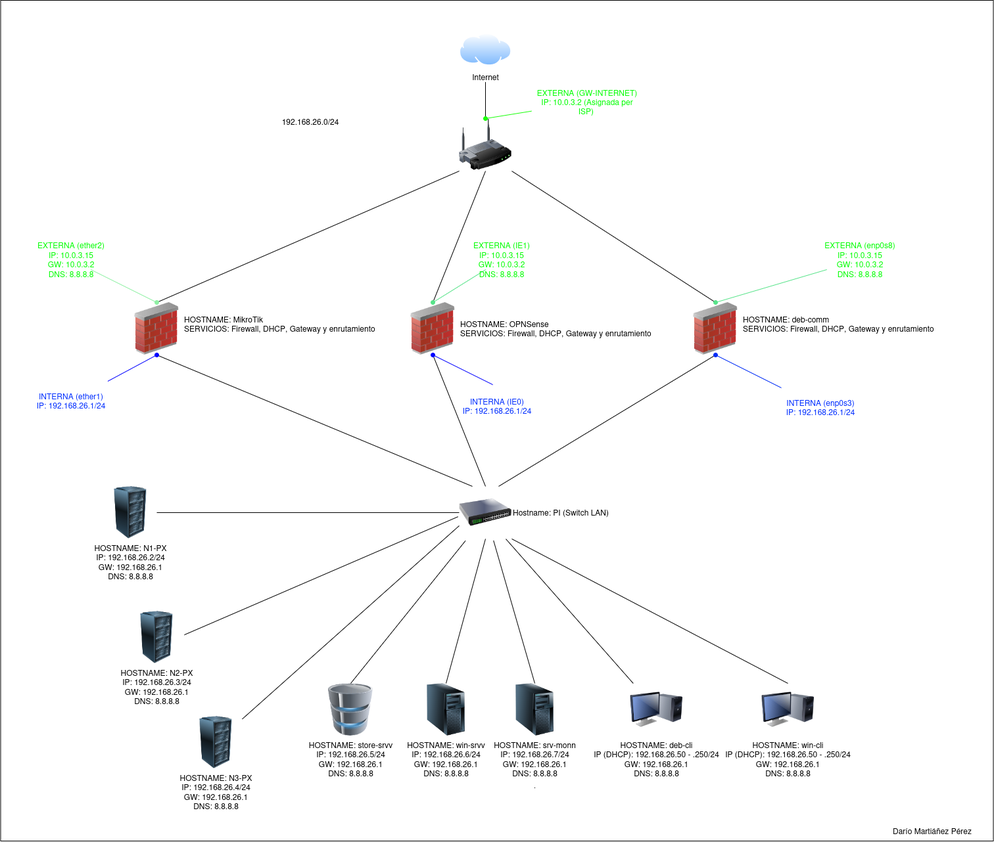
Before: evidencias/t4_diagrama.png, a diagram exported from draw.io (darmarper3/individual-pi-asix-batoi). Source tidied: cells renumbered, new cells last; positions are measured from the earlier drawing's top-left corner, leaving out a move shared by most shapes.
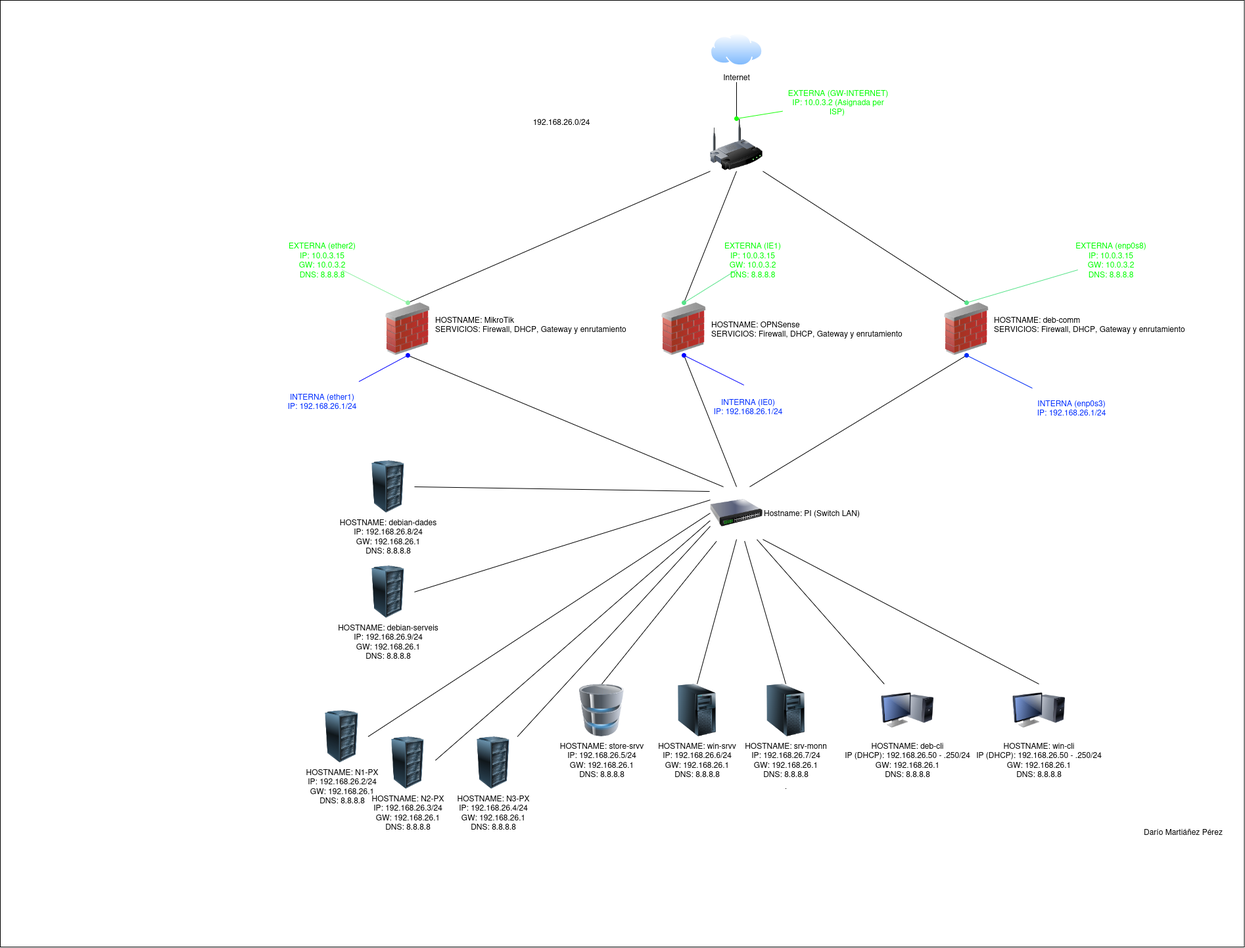
Above is the later version.

Change to the diagram source:
```diff
@@ -3,7 +3,7 @@
     <mxCell id="0" />
     <mxCell id="1" parent="0" />
     <mxCell id="2" style="rounded=0;whiteSpace=wrap;html=1;" parent="1" vertex="1">
-      <mxGeometry x="0.5" width="1510" height="1280" as="geometry" />
+      <mxGeometry x="-382" width="1892.5" height="1440" as="geometry" />
     </mxCell>
     <mxCell id="3" value="&lt;div&gt;HOSTNAME: win-cli&lt;/div&gt;&lt;div&gt;IP (DHCP): 192.168.26.50 - .250/24&lt;/div&gt;&lt;div&gt;GW:&amp;nbsp;192.168.26.1&lt;/div&gt;&lt;div&gt;DNS: 8.8.8.8&lt;/div&gt;" style="image;html=1;image=img/lib/clip_art/computers/Monitor_Tower_128x128.png;labelPerimeter=1;" parent="1" vertex="1">
       <mxGeometry x="1158" y="1040" width="80" height="80" as="geometry" />
@@ -18,7 +18,7 @@
       <mxGeometry x="1048" y="460" width="80" height="80" as="geometry" />
     </mxCell>
     <mxCell id="7" value="&lt;div&gt;&lt;div&gt;&lt;div&gt;&lt;div&gt;HOSTNAME: N1-PX&lt;/div&gt;&lt;div&gt;IP: 192.168.26.2/24&lt;/div&gt;&lt;div&gt;GW: 192.168.26.1&lt;/div&gt;&lt;div&gt;DNS: 8.8.8.8&lt;/div&gt;&lt;/div&gt;&lt;/div&gt;&lt;/div&gt;" style="image;html=1;image=img/lib/clip_art/computers/Server_Rack_128x128.png;labelPerimeter=1;" parent="1" vertex="1">
-      <mxGeometry x="158" y="740" width="80" height="80" as="geometry" />
+      <mxGeometry x="97.5" y="1080" width="80" height="80" as="geometry" />
     </mxCell>
     <mxCell id="8" style="edgeStyle=orthogonalEdgeStyle;rounded=0;jettySize=auto;html=1;defaultLabelBackgroundColor=gap;" parent="1" edge="1" source="9">
       <mxGeometry relative="1" as="geometry">
@@ -134,16 +134,30 @@
       <mxGeometry x="1348" y="1250" width="140" height="30" as="geometry" />
     </mxCell>
     <mxCell id="45" value="&lt;div&gt;&lt;div&gt;&lt;div&gt;&lt;div&gt;HOSTNAME: N2-PX&lt;/div&gt;&lt;div&gt;IP: 192.168.26.3/24&lt;/div&gt;&lt;div&gt;GW: 192.168.26.1&lt;/div&gt;&lt;div&gt;DNS: 8.8.8.8&lt;/div&gt;&lt;/div&gt;&lt;/div&gt;&lt;/div&gt;" style="image;html=1;image=img/lib/clip_art/computers/Server_Rack_128x128.png;labelPerimeter=1;" parent="1" vertex="1">
-      <mxGeometry x="198" y="930" width="80" height="80" as="geometry" />
+      <mxGeometry x="198" y="1120" width="80" height="80" as="geometry" />
     </mxCell>
     <mxCell id="46" style="rounded=0;jettySize=auto;html=1;entryX=0;entryY=0.75;entryDx=0;entryDy=0;defaultLabelBackgroundColor=page;endArrow=none;endFill=0;" parent="1" edge="1" source="47" target="14">
       <mxGeometry relative="1" as="geometry" />
     </mxCell>
     <mxCell id="47" value="&lt;div&gt;&lt;div&gt;&lt;div&gt;&lt;div&gt;HOSTNAME: N3-PX&lt;/div&gt;&lt;div&gt;IP: 192.168.26.4/24&lt;/div&gt;&lt;div&gt;GW: 192.168.26.1&lt;/div&gt;&lt;div&gt;DNS: 8.8.8.8&lt;/div&gt;&lt;/div&gt;&lt;/div&gt;&lt;/div&gt;" style="image;html=1;image=img/lib/clip_art/computers/Server_Rack_128x128.png;labelPerimeter=1;" parent="1" vertex="1">
-      <mxGeometry x="288" y="1090" width="80" height="80" as="geometry" />
+      <mxGeometry x="328" y="1120" width="80" height="80" as="geometry" />
     </mxCell>
-    <mxCell id="48" style="rounded=0;jettySize=auto;html=1;defaultLabelBackgroundColor=gap;endArrow=none;endFill=0;exitX=-0.023;exitY=0.578;exitDx=0;exitDy=0;entryX=1.024;entryY=0.451;entryDx=0;entryDy=0;entryPerimeter=0;exitPerimeter=0;" parent="1" edge="1" source="14" target="45">
+    <mxCell id="48" style="rounded=0;jettySize=auto;html=1;defaultLabelBackgroundColor=gap;endArrow=none;endFill=0;exitX=-0.002;exitY=0.643;exitDx=0;exitDy=0;entryX=1.024;entryY=0.451;entryDx=0;entryDy=0;entryPerimeter=0;exitPerimeter=0;" parent="1" edge="1" source="14" target="45">
       <mxGeometry relative="1" as="geometry" />
     </mxCell>
+    <mxCell id="49" value="&lt;div&gt;&lt;div&gt;&lt;div&gt;&lt;div&gt;HOSTNAME: debian-dades&lt;/div&gt;&lt;div&gt;IP: 192.168.26.8/24&lt;/div&gt;&lt;div&gt;GW: 192.168.26.1&lt;/div&gt;&lt;div&gt;DNS: 8.8.8.8&lt;/div&gt;&lt;/div&gt;&lt;/div&gt;&lt;/div&gt;" style="image;html=1;image=img/lib/clip_art/computers/Server_Rack_128x128.png;labelPerimeter=1;" parent="1" vertex="1">
+      <mxGeometry x="168" y="700" width="80" height="80" as="geometry" />
+    </mxCell>
+    <mxCell id="50" value="&lt;div&gt;&lt;div&gt;&lt;div&gt;&lt;div&gt;HOSTNAME: debian-serveis&lt;/div&gt;&lt;div&gt;IP: 192.168.26.9/24&lt;/div&gt;&lt;div&gt;GW: 192.168.26.1&lt;/div&gt;&lt;div&gt;DNS: 8.8.8.8&lt;/div&gt;&lt;/div&gt;&lt;/div&gt;&lt;/div&gt;" style="image;html=1;image=img/lib/clip_art/computers/Server_Rack_128x128.png;labelPerimeter=1;" parent="1" vertex="1">
+      <mxGeometry x="168" y="860" width="80" height="80" as="geometry" />
+    </mxCell>
+    <mxCell id="51" style="rounded=0;jettySize=auto;html=1;defaultLabelBackgroundColor=gap;endArrow=none;endFill=0;exitX=-0.012;exitY=0.088;exitDx=0;exitDy=0;entryX=1;entryY=0.5;entryDx=0;entryDy=0;exitPerimeter=0;" parent="1" edge="1" source="14" target="49">
+      <mxGeometry relative="1" as="geometry" />
+    </mxCell>
+    <mxCell id="52" style="rounded=0;jettySize=auto;html=1;defaultLabelBackgroundColor=gap;endArrow=none;endFill=0;entryX=1;entryY=0.5;entryDx=0;entryDy=0;" parent="1" edge="1" target="50">
+      <mxGeometry relative="1" as="geometry">
+        <mxPoint x="698" y="760" as="sourcePoint" />
+      </mxGeometry>
+    </mxCell>
   </root>
 </mxGraphModel>
```
